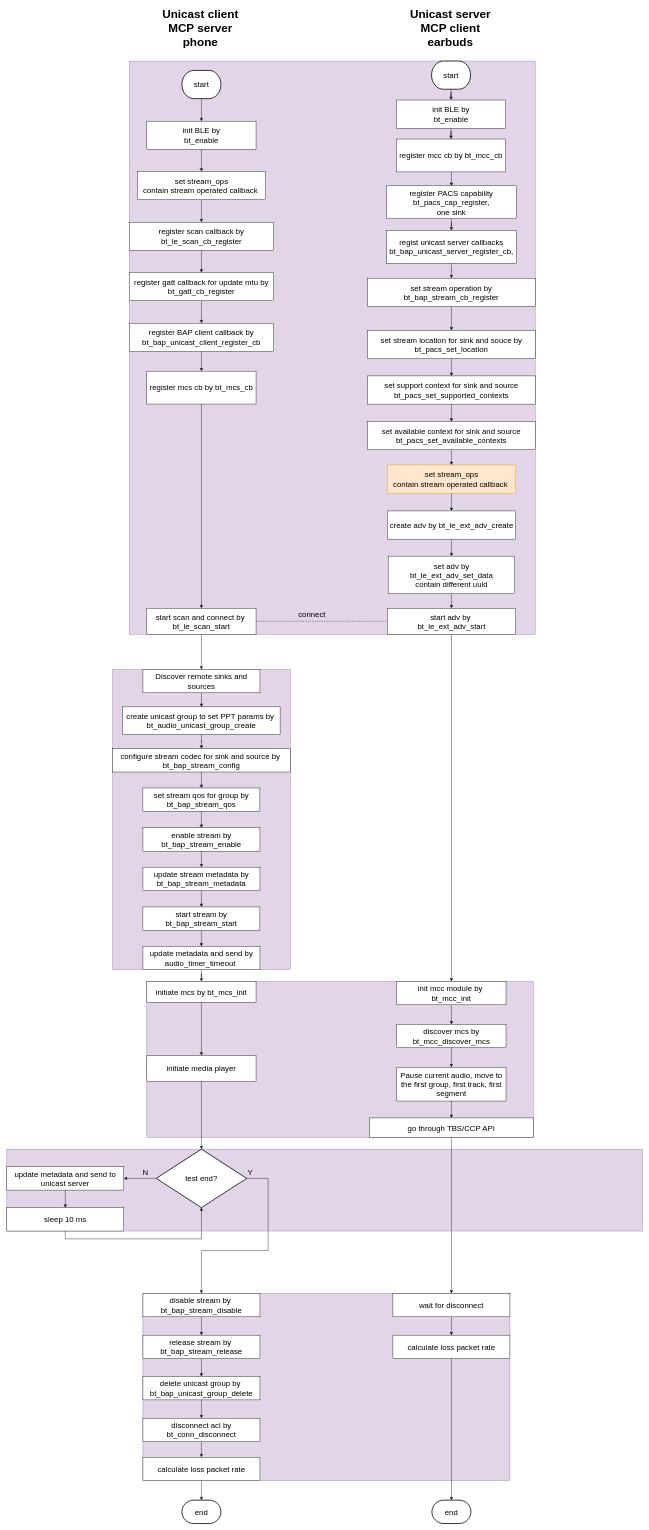
The draw.io diagram Bluetooth/LE Audio Scenario/Scenario_7/API_process_S7.drawio in SWJTUjch/obsidian, before the edit. Source tidied: cells renumbered, new cells numbered last; positions are measured from the earlier drawing's top-left corner, leaving out a move shared by most shapes. Both pictures are drawn from the tidied source at 39%, with x=0, y=0 at pixel (7, 10).
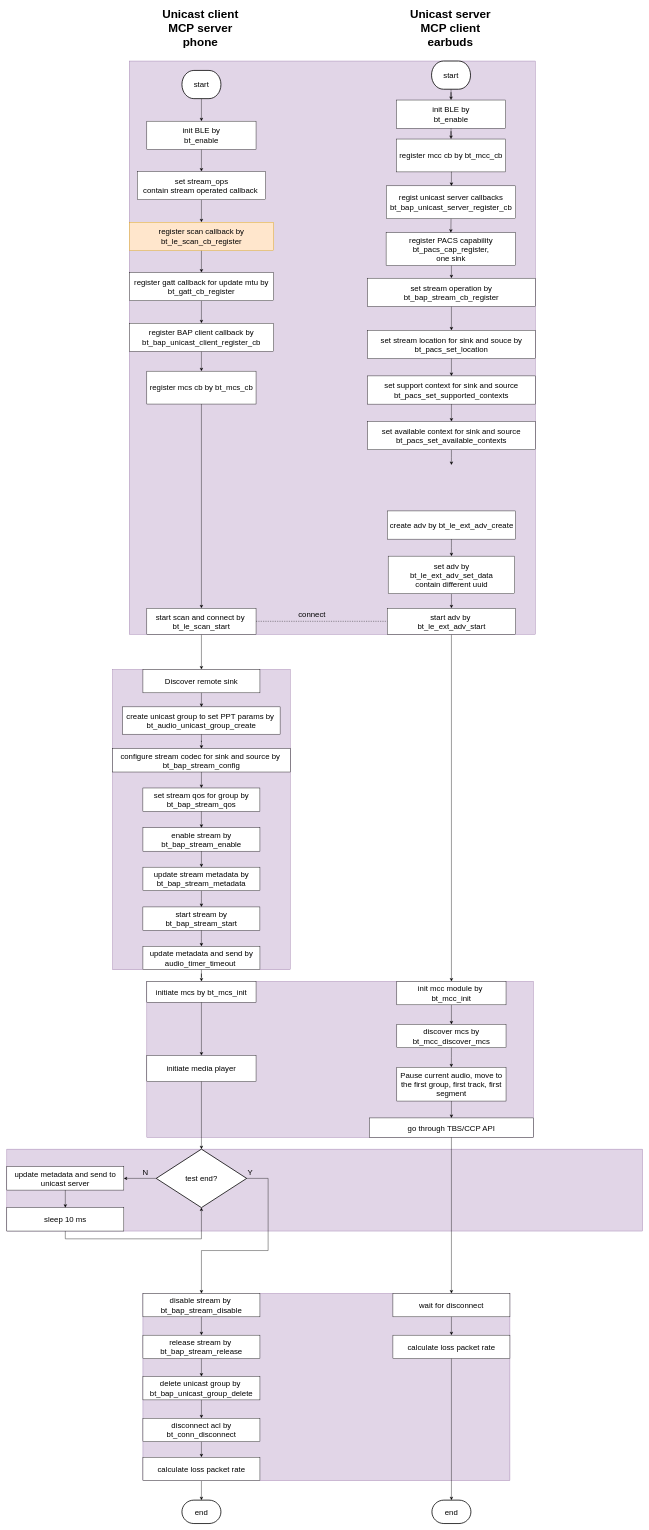
Above is the later version.

The change refers to these unchanged cells:
```xml
<mxCell id="6" style="group;fillColor=#e1d5e7;strokeColor=#9673a6;" parent="1" vertex="1">
  <mxGeometry x="314" y="130" width="1041" height="1470" as="geometry" />
</mxCell>
<mxCell id="11" style="group;" parent="6" vertex="1">
  <mxGeometry y="24.1" width="370" height="855.5" as="geometry" />
</mxCell>
<mxCell id="34" value="create adv by bt_le_ext_adv_create" style="rounded=0;whiteSpace=wrap;html=1;fontSize=20;" parent="6" vertex="1">
  <mxGeometry x="661.5" y="1153.6" width="329" height="72.3" as="geometry" />
</mxCell>
<mxCell id="41" value="set available context for sink and source&lt;br&gt;bt_pacs_set_available_contexts" style="rounded=0;whiteSpace=wrap;html=1;fontSize=20;" parent="6" vertex="1">
  <mxGeometry x="611" y="924.3" width="430" height="72.3" as="geometry" />
</mxCell>
<mxCell id="44" value="set stream operation by&lt;br&gt;bt_bap_stream_cb_register" style="rounded=0;whiteSpace=wrap;html=1;fontSize=20;" parent="6" vertex="1">
  <mxGeometry x="611" y="556.8" width="430" height="72.3" as="geometry" />
</mxCell>
<mxCell id="49" style="group;fillColor=#e1d5e7;strokeColor=#9673a6;" parent="1" vertex="1">
  <mxGeometry x="271.2" y="1690" width="455.5" height="770" as="geometry" />
</mxCell>
```

The edit, as a diff of the source:
```diff
@@
-    <mxCell id="16" value="register scan callback by&lt;br&gt;bt_le_scan_cb_register" style="rounded=0;whiteSpace=wrap;html=1;fontSize=20;" parent="11" vertex="1">
+    <mxCell id="16" value="register scan callback by&lt;br&gt;bt_le_scan_cb_register" style="rounded=0;whiteSpace=wrap;html=1;fontSize=20;fillColor=#ffe6cc;strokeColor=#d79b00;" parent="11" vertex="1">
       <mxGeometry y="389.2" width="370" height="72.3" as="geometry" />
     </mxCell>
@@
-    <mxCell id="33" value="set stream_ops&lt;br&gt;contain stream operated callback&amp;nbsp;" style="rounded=0;whiteSpace=wrap;html=1;fontSize=20;fillColor=#ffe6cc;strokeColor=#d79b00;" parent="6" vertex="1">
-      <mxGeometry x="661.5" y="1035.7" width="329" height="72.3" as="geometry" />
-    </mxCell>
@@
-    <mxCell id="35" style="edgeStyle=orthogonalEdgeStyle;rounded=0;jettySize=auto;html=1;startArrow=none;startFill=0;endArrow=classic;endFill=1;fontSize=20;" parent="6" edge="1" source="33" target="34">
-      <mxGeometry relative="1" as="geometry" />
-    </mxCell>
@@
-    <mxCell id="39" value="regist unicast server callbacks&lt;br&gt;bt_bap_unicast_server_register_cb," style="rounded=0;whiteSpace=wrap;html=1;fontSize=20;" parent="6" vertex="1">
-      <mxGeometry x="660" y="434.3" width="332" height="84.3" as="geometry" />
+    <mxCell id="39" value="regist unicast server callbacks&lt;br&gt;bt_bap_unicast_server_register_cb" style="rounded=0;whiteSpace=wrap;html=1;fontSize=20;" parent="6" vertex="1">
+      <mxGeometry x="659" y="320" width="332" height="84.3" as="geometry" />
     </mxCell>
-    <mxCell id="40" style="edgeStyle=orthogonalEdgeStyle;rounded=0;jettySize=auto;html=1;startArrow=none;startFill=0;endArrow=classic;endFill=1;fontSize=20;" parent="6" edge="1" source="41" target="33">
-      <mxGeometry relative="1" as="geometry" />
+    <mxCell id="40" style="edgeStyle=orthogonalEdgeStyle;rounded=0;jettySize=auto;html=1;startArrow=none;startFill=0;endArrow=classic;endFill=1;fontSize=20;" parent="6" edge="1" source="41">
+      <mxGeometry relative="1" as="geometry">
+        <mxPoint x="826" y="1035.7" as="targetPoint" />
+      </mxGeometry>
     </mxCell>
@@
-    <mxCell id="45" style="edgeStyle=orthogonalEdgeStyle;rounded=0;jettySize=auto;html=1;startArrow=none;startFill=0;endArrow=classic;endFill=1;fontSize=20;" parent="6" edge="1" source="39" target="44">
-      <mxGeometry relative="1" as="geometry" />
-    </mxCell>
@@
-    <mxCell id="47" style="edgeStyle=orthogonalEdgeStyle;rounded=0;jettySize=auto;html=1;entryX=0.5;entryY=0;entryDx=0;entryDy=0;" parent="6" edge="1" source="48" target="39">
-      <mxGeometry relative="1" as="geometry" />
-    </mxCell>
+    <mxCell id="107" style="edgeStyle=orthogonalEdgeStyle;rounded=0;jettySize=auto;html=1;exitX=0.5;exitY=1;exitDx=0;exitDy=0;entryX=0.5;entryY=0;entryDx=0;entryDy=0;" parent="6" edge="1" source="48" target="44">
+      <mxGeometry relative="1" as="geometry" />
+    </mxCell>
     <mxCell id="48" value="register PACS capability&lt;br&gt;bt_pacs_cap_register,&lt;br&gt;one sink" style="rounded=0;whiteSpace=wrap;html=1;fontSize=20;" parent="6" vertex="1">
-      <mxGeometry x="660" y="320" width="332" height="84.3" as="geometry" />
+      <mxGeometry x="658.5" y="440" width="332" height="84.3" as="geometry" />
     </mxCell>
@@
-    <mxCell id="50" value="&lt;span style=&quot;text-align: left&quot;&gt;Discover remote sinks and sources&lt;br&gt;&lt;/span&gt;" style="rounded=0;whiteSpace=wrap;html=1;fontSize=20;" parent="49" vertex="1">
+    <mxCell id="50" value="&lt;span style=&quot;text-align: left&quot;&gt;Discover remote sink&lt;br&gt;&lt;/span&gt;" style="rounded=0;whiteSpace=wrap;html=1;fontSize=20;" parent="49" vertex="1">
       <mxGeometry x="77.8" width="300" height="60" as="geometry" />
     </mxCell>
@@
+    <mxCell id="108" style="edgeStyle=orthogonalEdgeStyle;rounded=0;jettySize=auto;html=1;exitX=0.5;exitY=1;exitDx=0;exitDy=0;" parent="1" edge="1" source="39">
+      <mxGeometry relative="1" as="geometry">
+        <mxPoint x="1138.5" y="570" as="targetPoint" />
+      </mxGeometry>
+    </mxCell>
```
